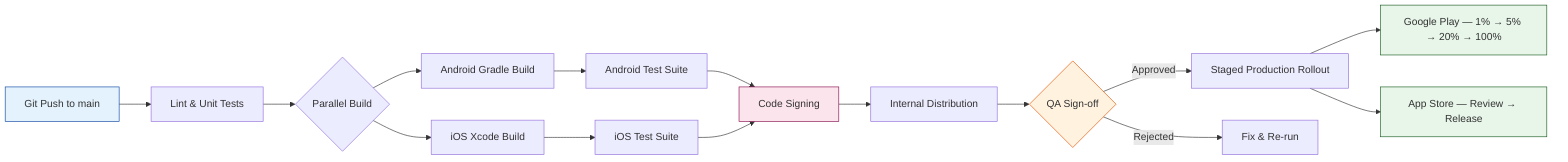
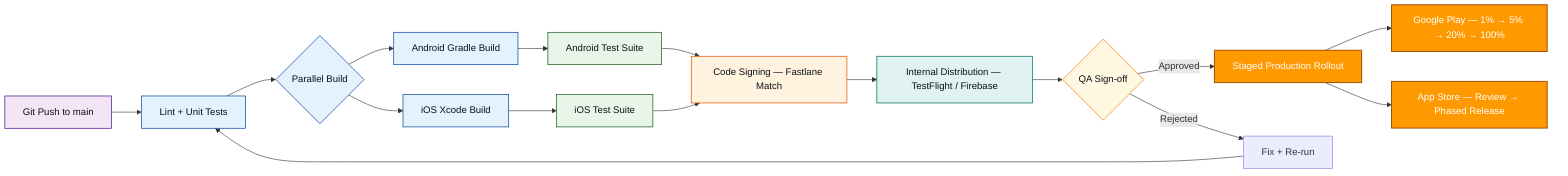
flowchart LR
-   GIT[Git Push to main] --> LINT[Lint & Unit Tests]
+   GIT[Git Push to main] --> LINT[Lint + Unit Tests]
  LINT --> BUILD{Parallel Build}
  BUILD --> AND[Android Gradle Build]
  BUILD --> IOS[iOS Xcode Build]
  AND --> ATEST[Android Test Suite]
  IOS --> ITEST[iOS Test Suite]
-   ATEST & ITEST --> SIGN[Code Signing]
-   SIGN --> DIST[Internal Distribution]
+   ATEST --> SIGN[Code Signing — Fastlane Match]
+   ITEST --> SIGN
+   SIGN --> DIST[Internal Distribution — TestFlight / Firebase]
  DIST --> QA{QA Sign-off}
  QA -->|Approved| STAGED[Staged Production Rollout]
  STAGED --> PLAY[Google Play — 1% → 5% → 20% → 100%]
-   STAGED --> STORE[App Store — Review → Release]
-   QA -->|Rejected| FIX[Fix & Re-run]
-   style GIT fill:#E3F2FD,stroke:#0D47A1
-   style SIGN fill:#FCE4EC,stroke:#880E4F
-   style QA fill:#FFF3E0,stroke:#E65100
-   style PLAY fill:#E8F5E9,stroke:#1B5E20
-   style STORE fill:#E8F5E9,stroke:#1B5E20
+   STAGED --> STORE[App Store — Review → Phased Release]
+   QA -->|Rejected| FIX[Fix + Re-run]
+   FIX --> LINT
+ 
+   classDef src fill:#F3E5F5,stroke:#4A148C,color:#0D1117,stroke-width:1.2px
+   classDef build fill:#E3F2FD,stroke:#0D47A1,color:#0D1117,stroke-width:1.2px
+   classDef test fill:#E8F5E9,stroke:#1B5E20,color:#0D1117,stroke-width:1.2px
+   classDef sign fill:#FFF3E0,stroke:#E65100,color:#0D1117,stroke-width:1.2px
+   classDef dist fill:#E0F2F1,stroke:#00695C,color:#0D1117,stroke-width:1.2px
+   classDef prod fill:#FF9900,stroke:#9F4C00,color:#FFFFFF,stroke-width:1.6px
+   classDef gate fill:#FFF8E1,stroke:#F57F17,color:#0D1117,stroke-width:1.2px
+ 
+   class GIT src
+   class LINT,BUILD,AND,IOS build
+   class ATEST,ITEST test
+   class SIGN sign
+   class DIST dist
+   class STAGED,PLAY,STORE prod
+   class QA gate
